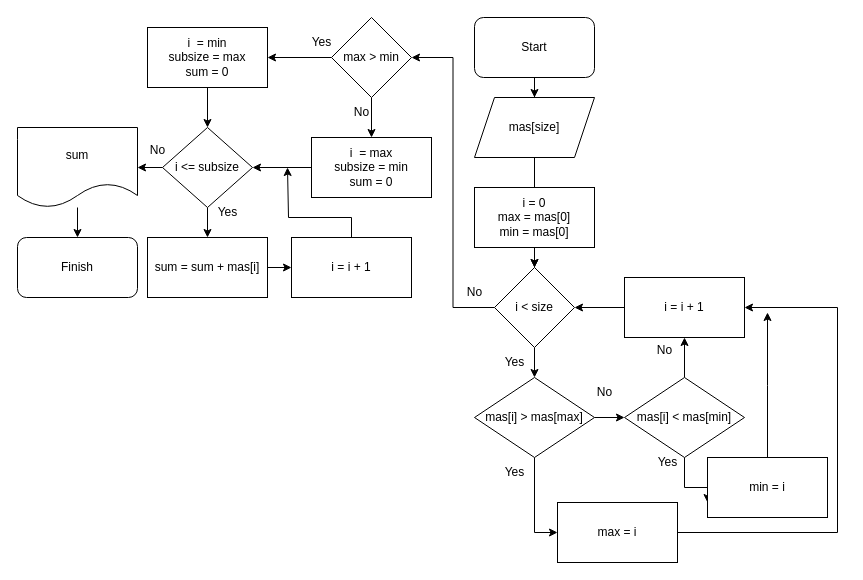
This is Geek/sum_between_min_max.drawio from DaemoniumLupus/project, a draw.io file, before an edit. Source tidied: cells renumbered, new cells numbered last; positions are measured from the earlier drawing's top-left corner, leaving out a move shared by most shapes. Both pictures are drawn from the tidied source at 100%, with x=0, y=0 at pixel (17, 17).
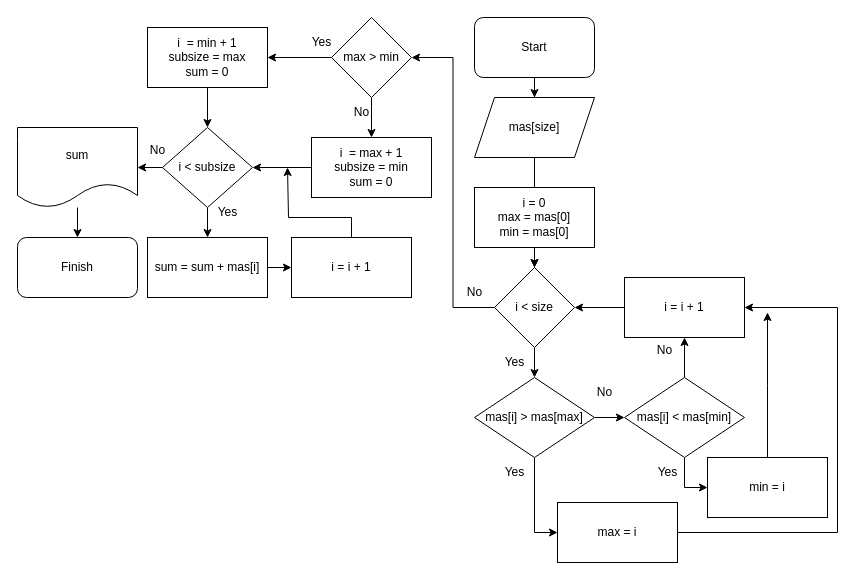
The same page after the edit.

Unchanged cells that the change refers to:
```xml
<mxCell id="16" value="mas[i] &amp;lt; mas[min]" style="rhombus;whiteSpace=wrap;html=1;" parent="1" vertex="1">
  <mxGeometry x="607" y="360" width="120" height="80" as="geometry" />
</mxCell>
<mxCell id="18" value="min = i" style="whiteSpace=wrap;html=1;" parent="1" vertex="1">
  <mxGeometry x="690" y="440" width="120" height="60" as="geometry" />
</mxCell>
```

The edit, as a diff of the source:
```diff
@@
-    <mxCell id="15" style="edgeStyle=orthogonalEdgeStyle;rounded=0;jettySize=auto;html=1;exitX=0.5;exitY=1;exitDx=0;exitDy=0;entryX=0;entryY=0.75;entryDx=0;entryDy=0;" parent="1" edge="1" source="16" target="18">
+    <mxCell id="15" style="edgeStyle=orthogonalEdgeStyle;rounded=0;jettySize=auto;html=1;exitX=0.5;exitY=1;exitDx=0;exitDy=0;entryX=0;entryY=0.5;entryDx=0;entryDy=0;" parent="1" edge="1" source="16" target="18">
       <mxGeometry relative="1" as="geometry">
         <Array as="points">
           <mxPoint x="667" y="470" />
-          <mxPoint x="690" y="470" />
         </Array>
       </mxGeometry>
     </mxCell>
@@
     <mxCell id="22" value="Yes" style="text;html=1;align=center;verticalAlign=middle;strokeColor=none;fillColor=none;" parent="1" vertex="1">
-      <mxGeometry x="630" y="430" width="40" height="30" as="geometry" />
+      <mxGeometry x="630" y="440" width="40" height="30" as="geometry" />
     </mxCell>
@@
-    <mxCell id="32" value="i &amp;lt;= subsize" style="rhombus;whiteSpace=wrap;html=1;" parent="1" vertex="1">
+    <mxCell id="32" value="i &amp;lt; subsize" style="rhombus;whiteSpace=wrap;html=1;" parent="1" vertex="1">
       <mxGeometry x="145" y="110" width="90" height="80" as="geometry" />
     </mxCell>
@@
-    <mxCell id="38" value="i&amp;nbsp; = min&lt;br&gt;subsize = max&lt;br&gt;sum = 0" style="rounded=0;whiteSpace=wrap;html=1;" parent="1" vertex="1">
+    <mxCell id="38" value="i&amp;nbsp; = min + 1&lt;br&gt;subsize = max&lt;br&gt;sum = 0" style="rounded=0;whiteSpace=wrap;html=1;" parent="1" vertex="1">
       <mxGeometry x="130" y="10" width="120" height="60" as="geometry" />
     </mxCell>
@@
-    <mxCell id="40" value="i&amp;nbsp; = max&lt;br&gt;subsize = min&lt;br&gt;sum = 0" style="rounded=0;whiteSpace=wrap;html=1;" parent="1" vertex="1">
+    <mxCell id="40" value="i&amp;nbsp; = max + 1&lt;br&gt;subsize = min&lt;br&gt;sum = 0" style="rounded=0;whiteSpace=wrap;html=1;" parent="1" vertex="1">
       <mxGeometry x="294" y="120" width="120" height="60" as="geometry" />
     </mxCell>
```
